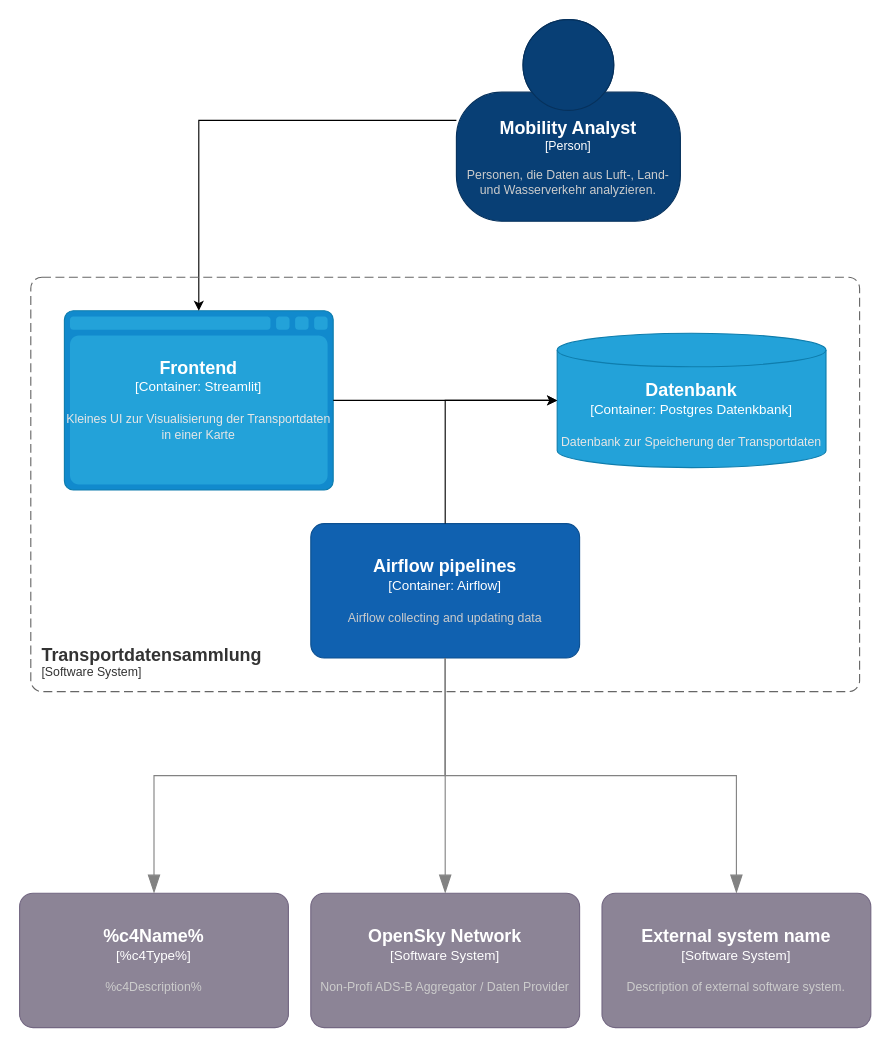
The draw.io diagram C4/ContainerDiagramm.drawio in dhbw-lecture-containerization/TransportDash, before the edit. Source tidied: cells renumbered, new cells numbered last; positions are measured from the earlier drawing's top-left corner, leaving out a move shared by most shapes. Both pictures are drawn from the tidied source at 112%, with x=0, y=0 at pixel (19, 19).
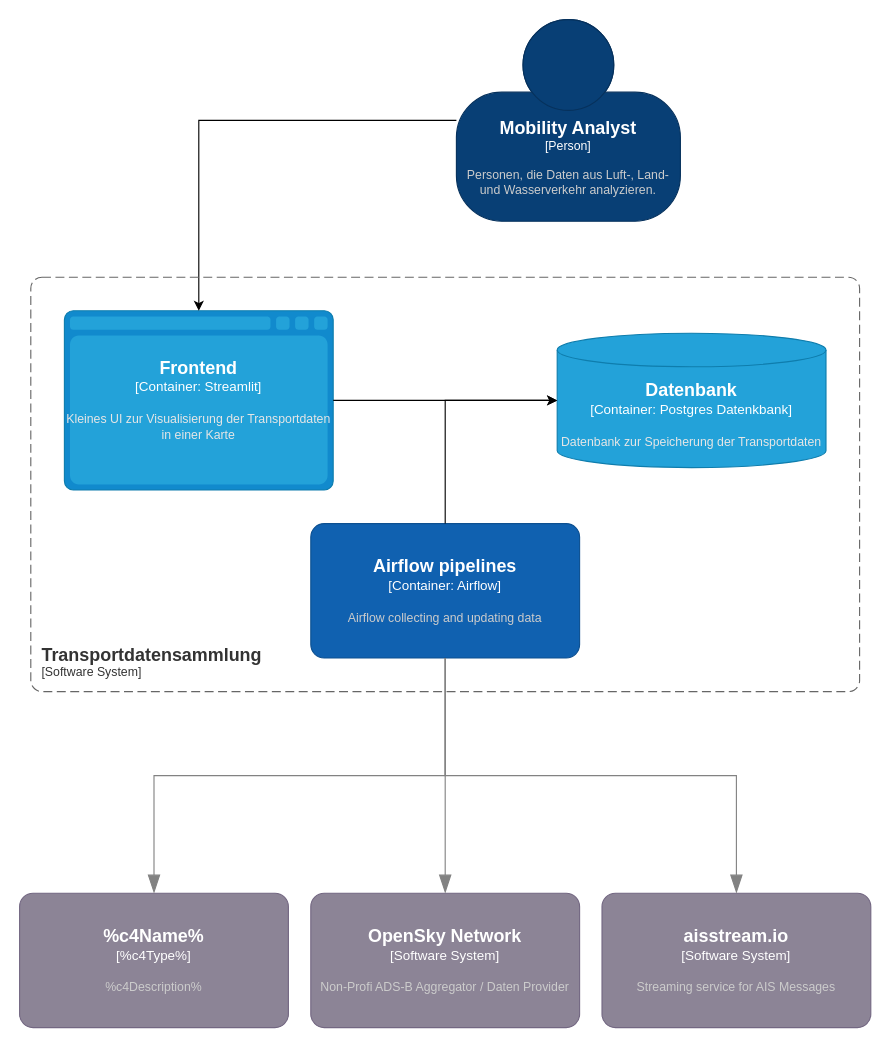
After the change.

Change to the diagram source:
```diff
@@
-    <object id="3" label="&lt;font style=&quot;font-size: 16px&quot;&gt;&lt;b&gt;%c4Name%&lt;/b&gt;&lt;/font&gt;&lt;div&gt;[%c4Type%]&lt;/div&gt;&lt;br&gt;&lt;div&gt;&lt;font style=&quot;font-size: 11px&quot;&gt;&lt;font color=&quot;#cccccc&quot;&gt;%c4Description%&lt;/font&gt;&lt;/div&gt;" c4Description="Description of external software system." c4Name="External system name" c4Type="Software System" placeholders="1">
+    <object id="3" label="&lt;font style=&quot;font-size: 16px&quot;&gt;&lt;b&gt;%c4Name%&lt;/b&gt;&lt;/font&gt;&lt;div&gt;[%c4Type%]&lt;/div&gt;&lt;br&gt;&lt;div&gt;&lt;font style=&quot;font-size: 11px&quot;&gt;&lt;font color=&quot;#cccccc&quot;&gt;%c4Description%&lt;/font&gt;&lt;/div&gt;" c4Description="Streaming service for AIS Messages" c4Name="aisstream.io" c4Type="Software System" placeholders="1">
       <mxCell style="rounded=1;whiteSpace=wrap;html=1;labelBackgroundColor=none;fillColor=#8C8496;fontColor=#ffffff;align=center;arcSize=10;strokeColor=#736782;points=[[0.25,0,0],[0.5,0,0],[0.75,0,0],[1,0.25,0],[1,0.5,0],[1,0.75,0],[0.75,1,0],[0.5,1,0],[0.25,1,0],[0,0.75,0],[0,0.5,0],[0,0.25,0]];" parent="1" vertex="1">
         <mxGeometry x="520" y="780" width="240" height="120" as="geometry" />
       </mxCell>
     </object>
```
